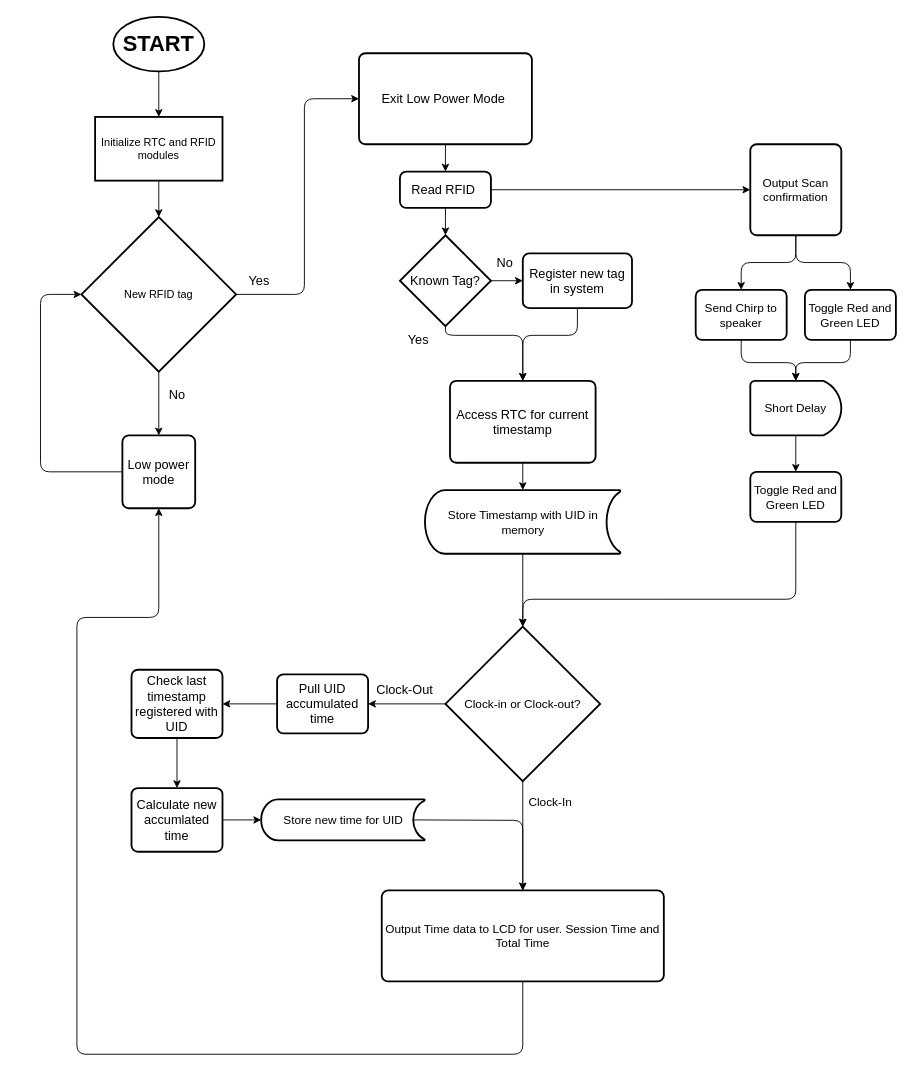
This is flowcharts/Project Control Flow.drawio from django-wardlow/ece230TermProject, a draw.io file, before an edit. Source tidied: cells renumbered, new cells numbered last; positions are measured from the earlier drawing's top-left corner, leaving out a move shared by most shapes. Both pictures are drawn from the tidied source at 91%, with x=0, y=0 at pixel (40, 16).
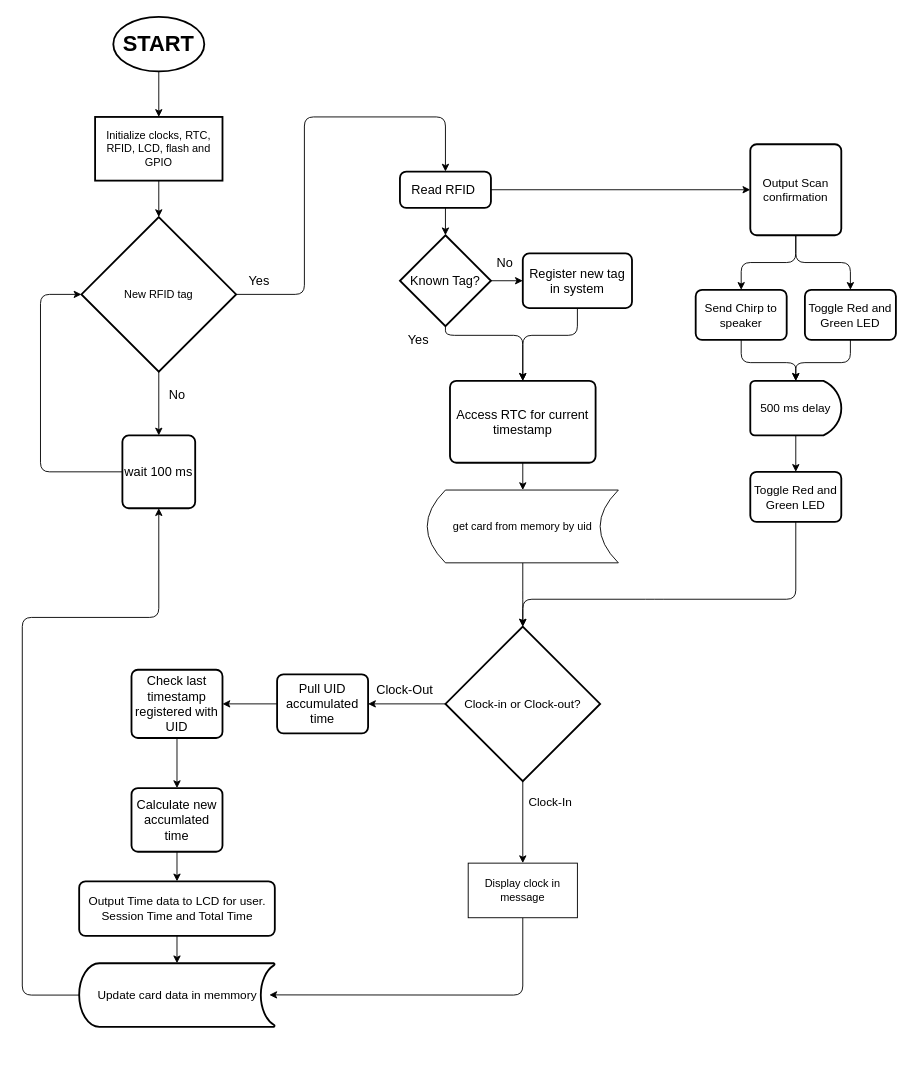
Above is the later version.

The change refers to these unchanged cells:
```xml
<mxCell id="6" value="New RFID tag" style="strokeWidth=2;html=1;shape=mxgraph.flowchart.decision;whiteSpace=wrap;" parent="1" vertex="1">
  <mxGeometry x="45" y="220" width="170" height="170" as="geometry" />
</mxCell>
<mxCell id="16" value="Read RFID&amp;nbsp;" style="rounded=1;whiteSpace=wrap;html=1;absoluteArcSize=1;arcSize=14;strokeWidth=2;fontSize=14;" parent="1" vertex="1">
  <mxGeometry x="395" y="170" width="100" height="40" as="geometry" />
</mxCell>
<mxCell id="24" value="Access RTC for current timestamp" style="rounded=1;whiteSpace=wrap;html=1;absoluteArcSize=1;arcSize=14;strokeWidth=2;fontSize=14;" parent="1" vertex="1">
  <mxGeometry x="450" y="400" width="160" height="90" as="geometry" />
</mxCell>
<mxCell id="41" value="Clock-in or Clock-out?" style="strokeWidth=2;html=1;shape=mxgraph.flowchart.decision;whiteSpace=wrap;fontSize=13;" parent="1" vertex="1">
  <mxGeometry x="445" y="670" width="170" height="170" as="geometry" />
</mxCell>
<mxCell id="49" value="Calculate new accumlated time" style="rounded=1;whiteSpace=wrap;html=1;absoluteArcSize=1;arcSize=14;strokeWidth=2;fontSize=14;" parent="1" vertex="1">
  <mxGeometry x="100" y="847.5" width="100" height="70" as="geometry" />
</mxCell>
```

The edit, as a diff of the source:
```diff
@@
-    <mxCell id="4" style="edgeStyle=none;html=1;exitX=1;exitY=0.5;exitDx=0;exitDy=0;exitPerimeter=0;entryX=0;entryY=0.5;entryDx=0;entryDy=0;fontSize=14;" parent="1" edge="1" source="6" target="11">
+    <mxCell id="4" style="edgeStyle=none;html=1;exitX=1;exitY=0.5;exitDx=0;exitDy=0;exitPerimeter=0;entryX=0.5;entryY=0;entryDx=0;entryDy=0;fontSize=14;" parent="1" edge="1" source="6" target="16">
       <mxGeometry relative="1" as="geometry">
         <Array as="points">
           <mxPoint x="290" y="305" />
-          <mxPoint x="290" y="90" />
+          <mxPoint x="290" y="110" />
+          <mxPoint x="445" y="110" />
         </Array>
       </mxGeometry>
     </mxCell>
@@
-    <mxCell id="8" value="Initialize RTC and RFID modules" style="rounded=1;whiteSpace=wrap;html=1;absoluteArcSize=1;arcSize=0;strokeWidth=2;" parent="1" vertex="1">
+    <mxCell id="8" value="Initialize clocks, RTC, RFID, LCD, flash and GPIO" style="rounded=1;whiteSpace=wrap;html=1;absoluteArcSize=1;arcSize=0;strokeWidth=2;" parent="1" vertex="1">
       <mxGeometry x="60" y="110" width="140" height="70" as="geometry" />
     </mxCell>
@@
-    <mxCell id="10" style="edgeStyle=none;html=1;fontSize=14;" parent="1" edge="1" source="11" target="16">
-      <mxGeometry relative="1" as="geometry" />
-    </mxCell>
-    <mxCell id="11" value="Exit Low Power Mode&amp;nbsp;" style="rounded=1;whiteSpace=wrap;html=1;absoluteArcSize=1;arcSize=14;strokeWidth=2;fontSize=14;" parent="1" vertex="1">
-      <mxGeometry x="350" y="40" width="190" height="100" as="geometry" />
-    </mxCell>
@@
-    <mxCell id="13" value="Low power mode" style="rounded=1;whiteSpace=wrap;html=1;absoluteArcSize=1;arcSize=14;strokeWidth=2;fontSize=14;" parent="1" vertex="1">
+    <mxCell id="13" value="wait 100 ms" style="rounded=1;whiteSpace=wrap;html=1;absoluteArcSize=1;arcSize=14;strokeWidth=2;fontSize=14;" parent="1" vertex="1">
       <mxGeometry x="90" y="460" width="80" height="80" as="geometry" />
     </mxCell>
@@
-    <mxCell id="23" style="edgeStyle=none;html=1;fontSize=14;" parent="1" edge="1" source="24" target="28">
-      <mxGeometry relative="1" as="geometry" />
-    </mxCell>
+    <mxCell id="55" style="edgeStyle=none;html=1;exitX=0.5;exitY=1;exitDx=0;exitDy=0;entryX=0.5;entryY=0;entryDx=0;entryDy=0;" parent="1" edge="1" source="24" target="62">
+      <mxGeometry relative="1" as="geometry" />
+    </mxCell>
@@
-    <mxCell id="27" style="edgeStyle=none;html=1;exitX=0.5;exitY=1;exitDx=0;exitDy=0;exitPerimeter=0;entryX=0.5;entryY=0;entryDx=0;entryDy=0;entryPerimeter=0;fontSize=13;" parent="1" edge="1" source="28" target="41">
+    <mxCell id="27" style="edgeStyle=none;html=1;entryX=0.5;entryY=0;entryDx=0;entryDy=0;entryPerimeter=0;fontSize=13;exitX=0.5;exitY=1;exitDx=0;exitDy=0;" parent="1" edge="1" source="62" target="41">
       <mxGeometry relative="1" as="geometry">
         <Array as="points">
           <mxPoint x="530" y="640" />
         </Array>
       </mxGeometry>
     </mxCell>
-    <mxCell id="28" value="&lt;font style=&quot;font-size: 13px;&quot;&gt;Store Timestamp with UID in memory&lt;/font&gt;" style="strokeWidth=2;html=1;shape=mxgraph.flowchart.stored_data;whiteSpace=wrap;fontSize=14;align=center;" parent="1" vertex="1">
-      <mxGeometry x="422.5" y="520" width="215" height="70" as="geometry" />
-    </mxCell>
@@
-    <mxCell id="38" value="Short Delay" style="strokeWidth=2;html=1;shape=mxgraph.flowchart.delay;whiteSpace=wrap;fontSize=13;" parent="1" vertex="1">
+    <mxCell id="38" value="500 ms delay" style="strokeWidth=2;html=1;shape=mxgraph.flowchart.delay;whiteSpace=wrap;fontSize=13;" parent="1" vertex="1">
       <mxGeometry x="780" y="400" width="100" height="60" as="geometry" />
     </mxCell>
@@
-    <mxCell id="40" style="edgeStyle=none;html=1;exitX=0.5;exitY=1;exitDx=0;exitDy=0;exitPerimeter=0;entryX=0.5;entryY=0;entryDx=0;entryDy=0;fontSize=13;" parent="1" edge="1" source="41" target="53">
-      <mxGeometry relative="1" as="geometry" />
+    <mxCell id="40" style="edgeStyle=none;html=1;exitX=0.5;exitY=1;exitDx=0;exitDy=0;exitPerimeter=0;fontSize=13;" parent="1" edge="1" source="41">
+      <mxGeometry relative="1" as="geometry">
+        <mxPoint x="530" y="930" as="targetPoint" />
+      </mxGeometry>
     </mxCell>
@@
-    <mxCell id="48" style="edgeStyle=none;html=1;fontSize=14;" parent="1" edge="1" source="49" target="51">
-      <mxGeometry relative="1" as="geometry" />
-    </mxCell>
+    <mxCell id="56" style="edgeStyle=none;html=1;exitX=0.5;exitY=1;exitDx=0;exitDy=0;entryX=0.5;entryY=0;entryDx=0;entryDy=0;" parent="1" edge="1" source="49" target="53">
+      <mxGeometry relative="1" as="geometry" />
+    </mxCell>
@@
-    <mxCell id="50" style="edgeStyle=none;html=1;exitX=0.93;exitY=0.5;exitDx=0;exitDy=0;exitPerimeter=0;entryX=0.5;entryY=0;entryDx=0;entryDy=0;fontSize=13;" parent="1" edge="1" source="51" target="53">
-      <mxGeometry relative="1" as="geometry">
-        <Array as="points">
-          <mxPoint x="530" y="883" />
-        </Array>
-      </mxGeometry>
-    </mxCell>
-    <mxCell id="51" value="&lt;font style=&quot;font-size: 13px;&quot;&gt;Store new time for UID&lt;/font&gt;" style="strokeWidth=2;html=1;shape=mxgraph.flowchart.stored_data;whiteSpace=wrap;fontSize=14;" parent="1" vertex="1">
-      <mxGeometry x="242.5" y="860" width="180" height="45" as="geometry" />
-    </mxCell>
-    <mxCell id="52" style="edgeStyle=none;html=1;exitX=0.5;exitY=1;exitDx=0;exitDy=0;entryX=0.5;entryY=1;entryDx=0;entryDy=0;fontSize=13;" parent="1" edge="1" source="53" target="13">
-      <mxGeometry relative="1" as="geometry">
-        <Array as="points">
-          <mxPoint x="530" y="1140" />
-          <mxPoint x="40" y="1140" />
-          <mxPoint x="40" y="660" />
-          <mxPoint x="130" y="660" />
-        </Array>
-      </mxGeometry>
-    </mxCell>
+    <mxCell id="54" value="Clock-In" style="text;html=1;align=center;verticalAlign=middle;strokeColor=none;fillColor=none;fontSize=13;" parent="1" vertex="1">
+      <mxGeometry x="525" y="847.5" width="70" height="30" as="geometry" />
+    </mxCell>
+    <mxCell id="57" style="edgeStyle=none;html=1;exitX=0.5;exitY=1;exitDx=0;exitDy=0;entryX=0.5;entryY=0;entryDx=0;entryDy=0;entryPerimeter=0;" parent="1" edge="1" source="53" target="59">
+      <mxGeometry relative="1" as="geometry" />
+    </mxCell>
     <mxCell id="53" value="Output Time data to LCD for user. Session Time and Total Time" style="rounded=1;whiteSpace=wrap;html=1;absoluteArcSize=1;arcSize=14;strokeWidth=2;fontSize=13;" parent="1" vertex="1">
-      <mxGeometry x="375" y="960" width="310" height="100" as="geometry" />
+      <mxGeometry x="42.5" y="950" width="215" height="60" as="geometry" />
     </mxCell>
-    <mxCell id="54" value="Clock-In" style="text;html=1;align=center;verticalAlign=middle;strokeColor=none;fillColor=none;fontSize=13;" parent="1" vertex="1">
-      <mxGeometry x="525" y="847.5" width="70" height="30" as="geometry" />
-    </mxCell>
+    <mxCell id="58" style="edgeStyle=none;html=1;exitX=0;exitY=0.5;exitDx=0;exitDy=0;exitPerimeter=0;entryX=0.5;entryY=1;entryDx=0;entryDy=0;" parent="1" edge="1" source="59" target="13">
+      <mxGeometry relative="1" as="geometry">
+        <Array as="points">
+          <mxPoint x="-20" y="1075" />
+          <mxPoint x="-20" y="660" />
+          <mxPoint x="130" y="660" />
+        </Array>
+      </mxGeometry>
+    </mxCell>
+    <mxCell id="59" value="&lt;font style=&quot;font-size: 13px;&quot;&gt;Update card data in memmory&lt;/font&gt;" style="strokeWidth=2;html=1;shape=mxgraph.flowchart.stored_data;whiteSpace=wrap;fontSize=14;align=center;" parent="1" vertex="1">
+      <mxGeometry x="42.5" y="1040" width="215" height="70" as="geometry" />
+    </mxCell>
+    <mxCell id="60" style="edgeStyle=none;html=1;exitX=0.5;exitY=1;exitDx=0;exitDy=0;entryX=0.972;entryY=0.497;entryDx=0;entryDy=0;entryPerimeter=0;" parent="1" edge="1" source="61" target="59">
+      <mxGeometry relative="1" as="geometry">
+        <Array as="points">
+          <mxPoint x="530" y="1075" />
+        </Array>
+      </mxGeometry>
+    </mxCell>
+    <mxCell id="61" value="Display clock in message" style="rounded=0;whiteSpace=wrap;html=1;" parent="1" vertex="1">
+      <mxGeometry x="470" y="930" width="120" height="60" as="geometry" />
+    </mxCell>
+    <mxCell id="62" value="get card from memory by uid" style="shape=dataStorage;whiteSpace=wrap;html=1;fixedSize=1;" parent="1" vertex="1">
+      <mxGeometry x="425" y="520" width="210" height="80" as="geometry" />
+    </mxCell>
```
